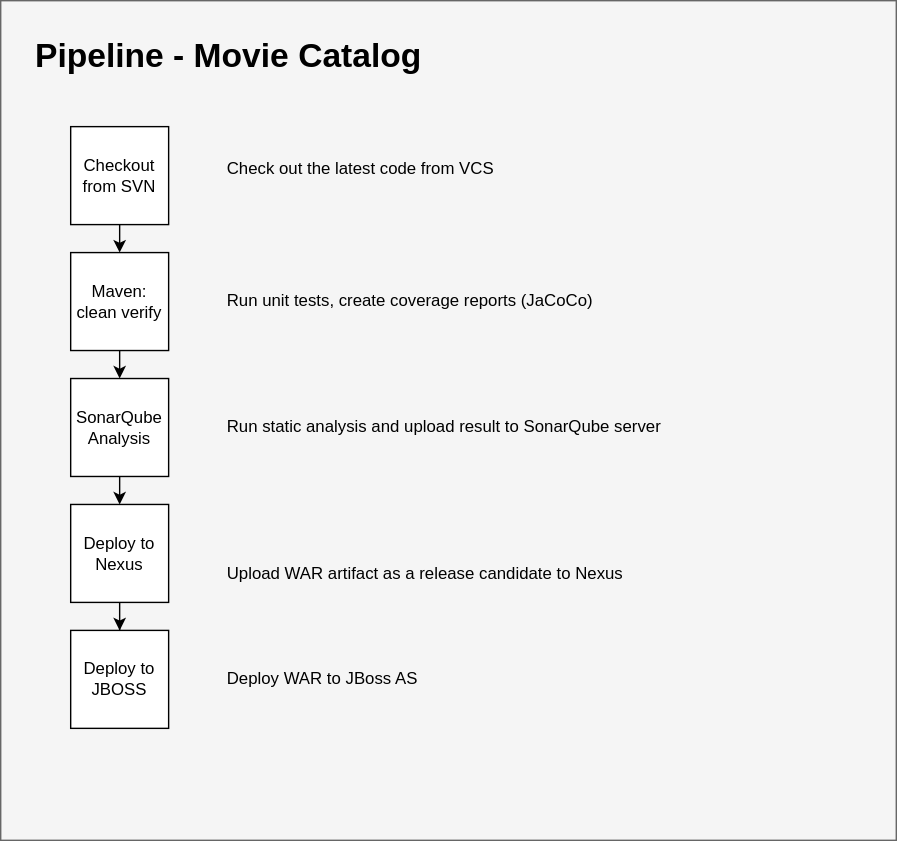
The draw.io diagram images/OF_Mini_Pipeline.svg in annagapuz/cicd-comparison, before a commit. Source tidied: cells renumbered, new cells last; positions are measured from the earlier drawing's top-left corner, leaving out a move shared by most shapes.
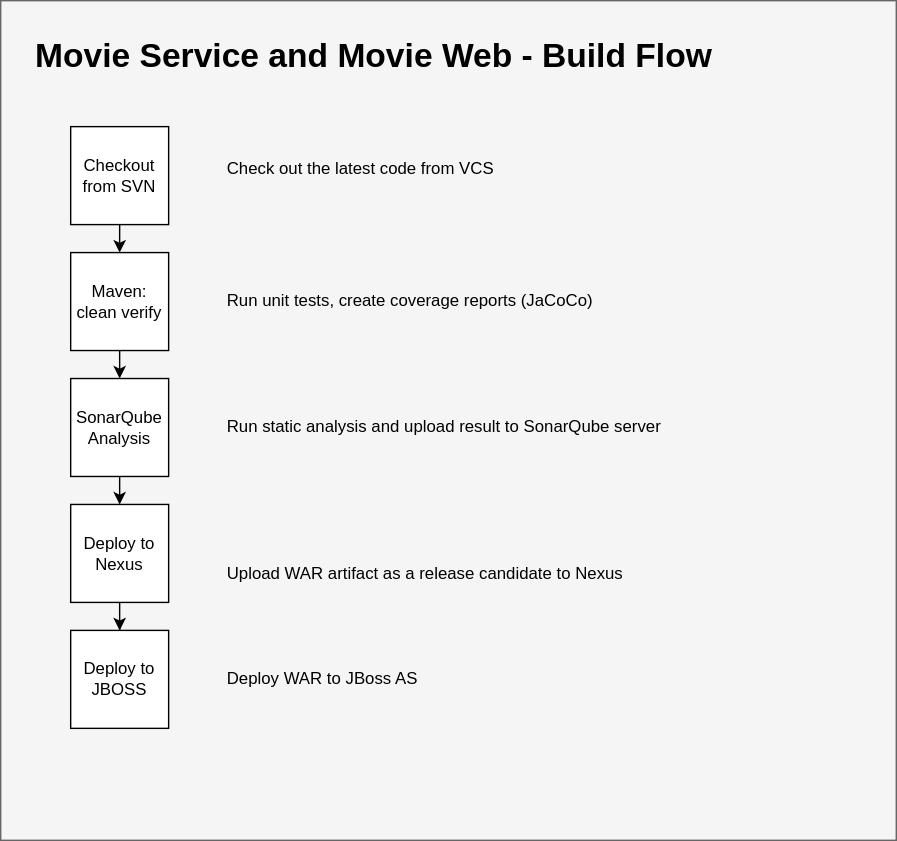
The same diagram one commit later.

What changed in the source:
```diff
@@ -5,8 +5,8 @@
     <mxCell id="2" style="rounded=0;whiteSpace=wrap;html=1;sketch=0;align=center;fillColor=#f5f5f5;strokeColor=#666666;fontColor=#333333;" parent="1" vertex="1">
       <mxGeometry width="640" height="600" as="geometry" />
     </mxCell>
-    <mxCell id="3" value="&lt;h1&gt;Pipeline - Movie Catalog&lt;br&gt;&lt;/h1&gt;" style="text;html=1;strokeColor=none;fillColor=none;spacing=5;spacingTop=-20;whiteSpace=wrap;overflow=hidden;" parent="1" vertex="1">
-      <mxGeometry x="20" y="20" width="380" height="50" as="geometry" />
+    <mxCell id="3" value="&lt;h1&gt;Movie Service and Movie Web - Build Flow&lt;br&gt;&lt;/h1&gt;" style="text;html=1;strokeColor=none;fillColor=none;spacing=5;spacingTop=-20;whiteSpace=wrap;overflow=hidden;" parent="1" vertex="1">
+      <mxGeometry x="20" y="20" width="520" height="50" as="geometry" />
     </mxCell>
     <mxCell id="4" style="edgeStyle=orthogonalEdgeStyle;rounded=0;jettySize=auto;html=1;exitX=0.5;exitY=1;exitDx=0;exitDy=0;entryX=0.5;entryY=0;entryDx=0;entryDy=0;" parent="1" edge="1" source="5" target="7">
       <mxGeometry relative="1" as="geometry" />
```
